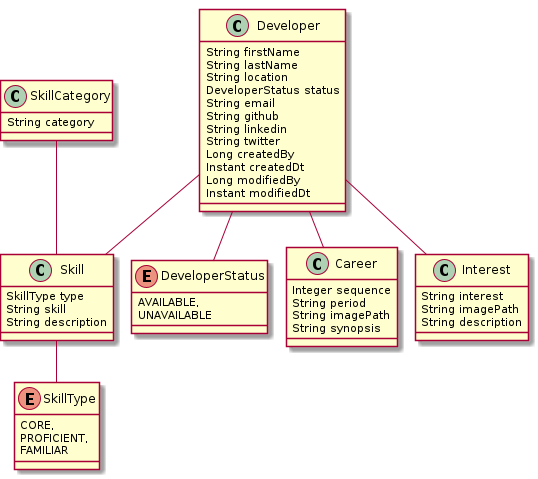
Above: jhipster-developer-portfolio.png in RatJuggler/jhipster-jdl (PlantUML), before the change.
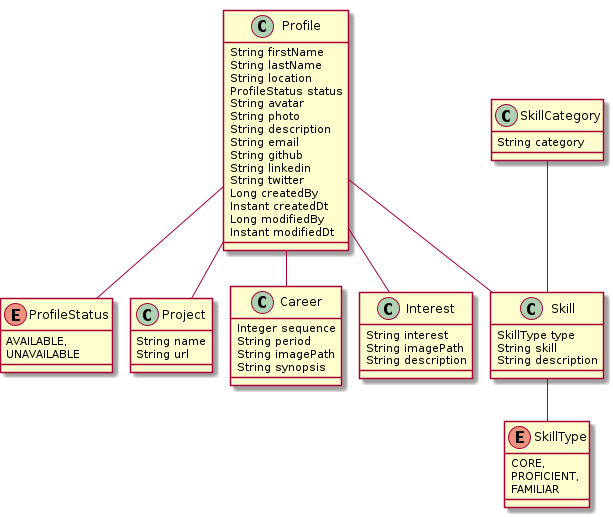
After the commit.

Commit message:
Rework to better match requirements.

Change to the diagram source:
```diff
@@ -1,11 +1,14 @@
 @startuml
 	!pragma graphviz_dot jdot
 	!pragma syntax class
-	class Developer  {
+	class Profile  {
 		String firstName
 		String lastName
 		String location
-		DeveloperStatus status
+		ProfileStatus status
+		String avatar
+		String photo
+		String description
 		String email
 		String github
 		String linkedin
@@ -15,10 +18,14 @@
 		Long modifiedBy
 		Instant modifiedDt
 	}
-	Developer ..> DeveloperStatus
-	enum DeveloperStatus {
+	Profile ..> ProfileStatus
+	enum ProfileStatus {
 		AVAILABLE,
 		UNAVAILABLE
+	}
+	class Project  {
+		String name
+		String url
 	}
 	class Skill  {
 		SkillType type
@@ -45,8 +52,9 @@
 		String imagePath
 		String description
 	}
-	Developer  "0..1 " --o "0..* "  Skill
-	Developer  "0..1 " --o "0..* "  Career
-	Developer  "0..1 " --o "0..* "  Interest
+	Profile  "0..1 " --o "0..* "  Project
+	Profile  "0..1 " --o "0..* "  Skill
+	Profile  "0..1 " --o "0..* "  Career
+	Profile  "0..1 " --o "0..* "  Interest
 	SkillCategory  "0..1 " --o "0..* "  Skill
 @enduml
```
